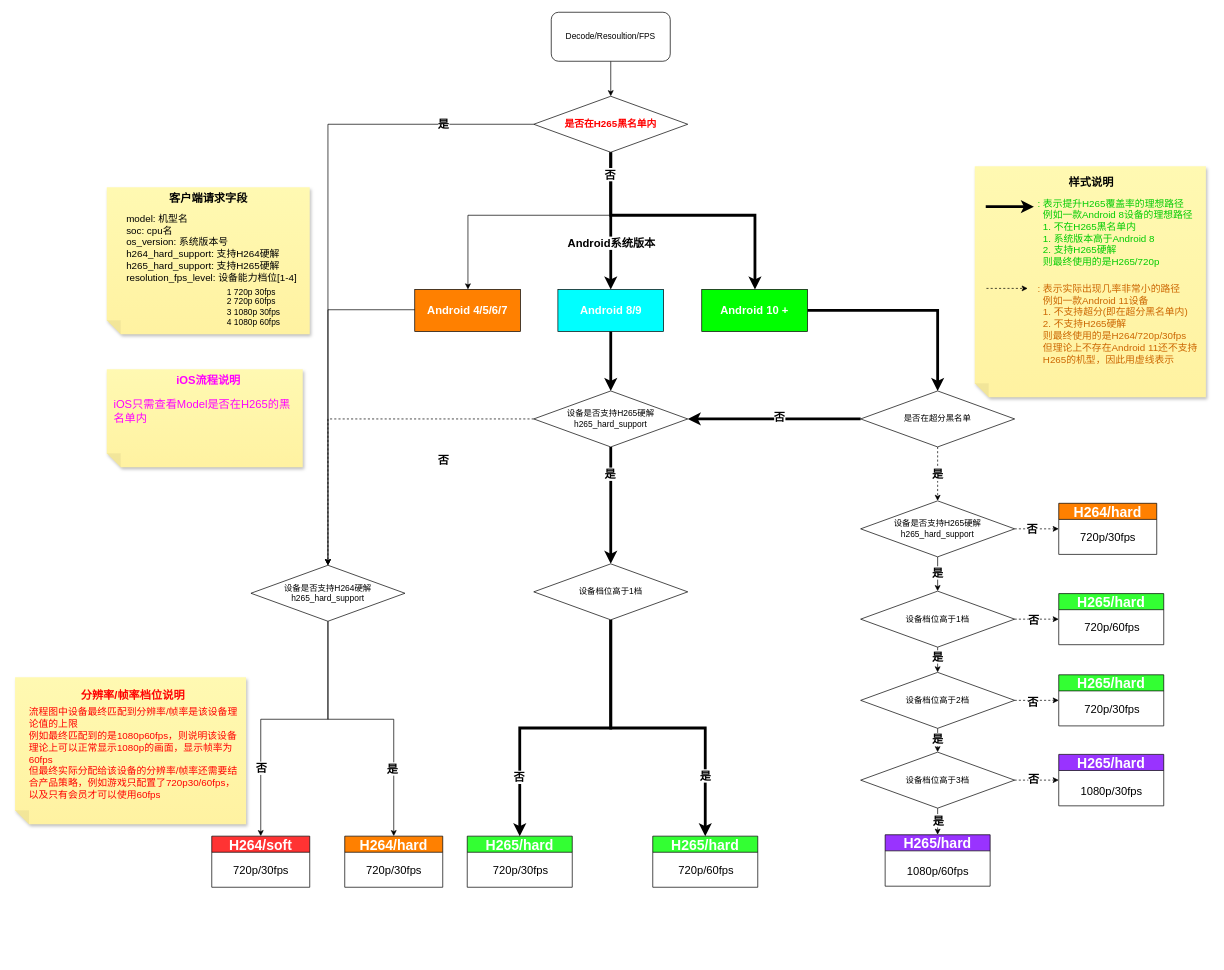
Above: H265判断流程.drawio in Eveninger/draw.io (draw.io), before the change. Source tidied: cells renumbered, new cells numbered last; positions are measured from the earlier drawing's top-left corner, leaving out a move shared by most shapes. Both pictures are drawn from the tidied source at 70%, with x=0, y=0 at pixel (15, 12).
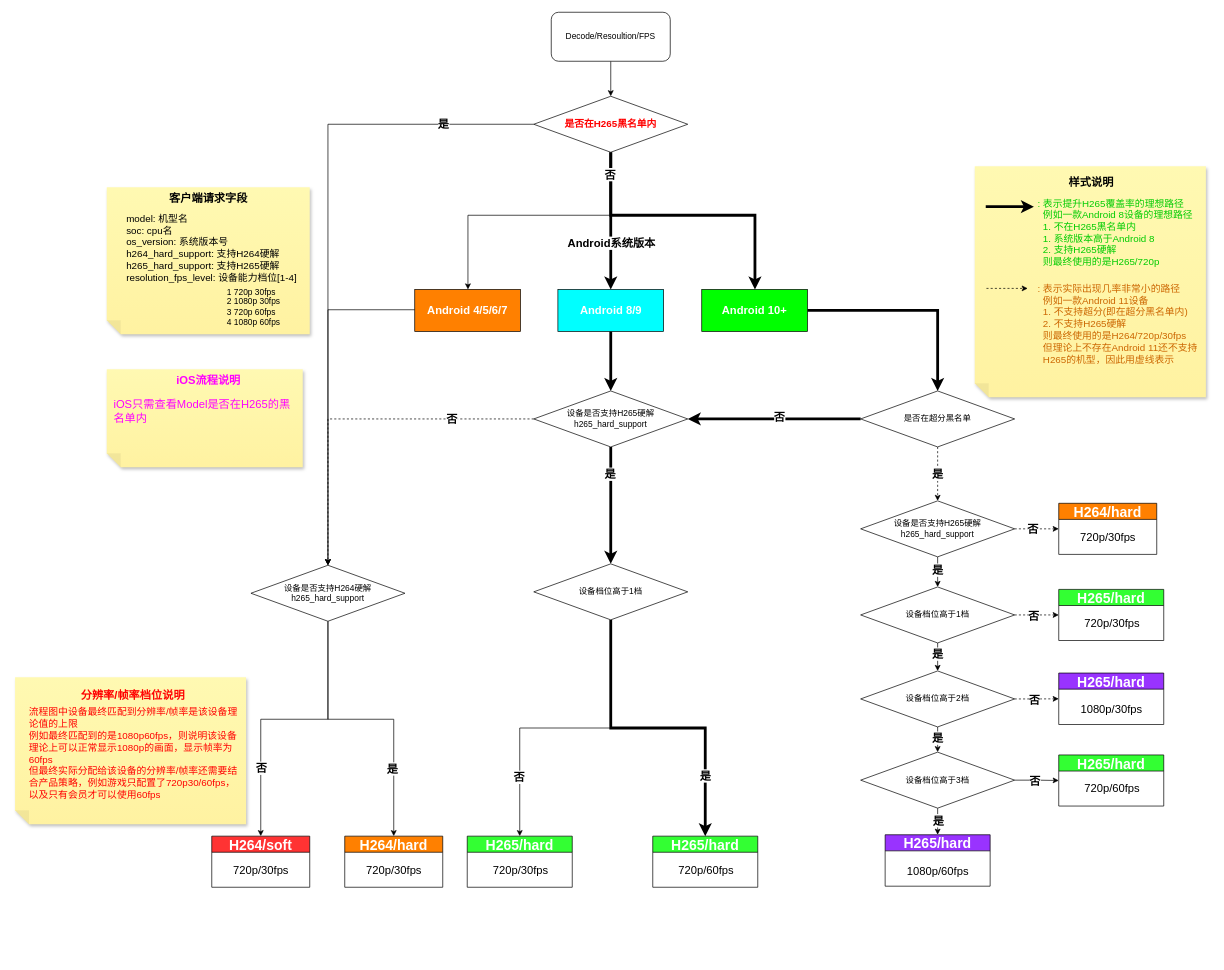
After the change.

Commit message (it also covers changes not shown here):
更新H265判断流程.drawio

The change refers to these unchanged cells:
```xml
<mxCell id="13" style="edgeStyle=orthogonalEdgeStyle;rounded=0;jettySize=auto;html=1;entryX=0.5;entryY=0;entryDx=0;entryDy=0;dashed=1;" parent="1" edge="1" source="15" target="8">
  <mxGeometry relative="1" as="geometry" />
</mxCell>
<mxCell id="18" value="&lt;font style=&quot;font-size: 20px;&quot;&gt;H265/hard&lt;/font&gt;" style="swimlane;whiteSpace=wrap;html=1;fillColor=#33FF33;startSize=23;fontSize=20;fontColor=#FFFFFF;" parent="1" vertex="1">
  <mxGeometry x="646" y="1177" width="150" height="73" as="geometry" />
</mxCell>
<mxCell id="25" style="edgeStyle=orthogonalEdgeStyle;rounded=0;jettySize=auto;html=1;strokeWidth=4;" parent="1" edge="1" source="32" target="91">
  <mxGeometry relative="1" as="geometry">
    <Array as="points">
      <mxPoint x="851" y="290" />
      <mxPoint x="1057" y="290" />
    </Array>
  </mxGeometry>
</mxCell>
<mxCell id="41" value="设备档位高于1档" style="rhombus;whiteSpace=wrap;html=1;" parent="1" vertex="1">
  <mxGeometry x="741" y="788" width="220" height="80" as="geometry" />
</mxCell>
<mxCell id="51" style="edgeStyle=orthogonalEdgeStyle;rounded=0;jettySize=auto;html=1;dashed=1;" parent="1" edge="1" source="53" target="59">
  <mxGeometry relative="1" as="geometry" />
</mxCell>
<mxCell id="54" style="edgeStyle=orthogonalEdgeStyle;rounded=0;jettySize=auto;html=1;" parent="1" edge="1" source="58" target="65">
  <mxGeometry relative="1" as="geometry" />
</mxCell>
<mxCell id="63" style="edgeStyle=orthogonalEdgeStyle;rounded=0;jettySize=auto;html=1;" parent="1" edge="1" source="65" target="72">
  <mxGeometry relative="1" as="geometry" />
</mxCell>
<mxCell id="72" value="设备档位高于3档" style="rhombus;whiteSpace=wrap;html=1;" parent="1" vertex="1">
  <mxGeometry x="1208" y="1057" width="220" height="80" as="geometry" />
</mxCell>
<mxCell id="82" style="group;" parent="1" vertex="1">
  <mxGeometry x="251" y="330" width="150" height="126" as="geometry" />
</mxCell>
```

Diff of the diagram source:
```diff
@@
+    <mxCell id="96" value="&lt;b&gt;&lt;font style=&quot;font-size: 16px;&quot;&gt;否&lt;/font&gt;&lt;/b&gt;" style="edgeLabel;html=1;align=center;verticalAlign=middle;" parent="13" vertex="1">
+      <mxGeometry x="-0.53" relative="1" as="geometry" />
+    </mxCell>
@@
-    <mxCell id="29" value="&lt;span style=&quot;font-size: 16px;&quot;&gt;&lt;b&gt;否&lt;/b&gt;&lt;/span&gt;" style="edgeLabel;html=1;align=center;verticalAlign=middle;" parent="25" vertex="1">
-      <mxGeometry x="-0.86" y="1" relative="1" as="geometry">
-        <mxPoint x="-241" y="411" as="offset" />
-      </mxGeometry>
-    </mxCell>
@@
-    <mxCell id="37" style="edgeStyle=orthogonalEdgeStyle;rounded=0;jettySize=auto;html=1;strokeWidth=4;" parent="1" edge="1" source="41" target="18">
+    <mxCell id="37" style="edgeStyle=orthogonalEdgeStyle;rounded=0;jettySize=auto;html=1;strokeWidth=1;" parent="1" edge="1" source="41" target="18">
       <mxGeometry relative="1" as="geometry" />
     </mxCell>
@@
     <mxCell id="52" value="否" style="edgeLabel;html=1;align=center;verticalAlign=middle;fontStyle=1;fontSize=16;" parent="51" vertex="1">
       <mxGeometry x="-0.77" relative="1" as="geometry">
-        <mxPoint x="17" as="offset" />
+        <mxPoint x="18" as="offset" />
       </mxGeometry>
     </mxCell>
@@
     <mxCell id="55" value="是" style="edgeLabel;html=1;align=center;verticalAlign=middle;fontSize=16;fontStyle=1;" parent="54" vertex="1">
       <mxGeometry x="-0.55" y="1" relative="1" as="geometry">
-        <mxPoint x="-2" y="3" as="offset" />
+        <mxPoint x="-2" y="6" as="offset" />
       </mxGeometry>
     </mxCell>
-    <mxCell id="56" style="edgeStyle=orthogonalEdgeStyle;rounded=0;jettySize=auto;html=1;dashed=1;" parent="1" edge="1" source="58" target="88">
-      <mxGeometry relative="1" as="geometry" />
-    </mxCell>
-    <mxCell id="57" value="否" style="edgeLabel;html=1;align=center;verticalAlign=middle;fontStyle=1;fontSize=16;" parent="56" vertex="1">
-      <mxGeometry x="-0.15" y="-2" relative="1" as="geometry">
-        <mxPoint x="-1" y="-1" as="offset" />
-      </mxGeometry>
-    </mxCell>
+    <mxCell id="97" style="edgeStyle=orthogonalEdgeStyle;rounded=0;jettySize=auto;html=1;dashed=1;" parent="1" edge="1" source="58" target="66">
+      <mxGeometry relative="1" as="geometry" />
+    </mxCell>
+    <mxCell id="98" value="&lt;b&gt;&lt;font style=&quot;font-size: 16px;&quot;&gt;否&lt;/font&gt;&lt;/b&gt;" style="edgeLabel;html=1;align=center;verticalAlign=middle;" parent="97" vertex="1">
+      <mxGeometry x="-0.17" relative="1" as="geometry">
+        <mxPoint y="1" as="offset" />
+      </mxGeometry>
+    </mxCell>
     <mxCell id="58" value="设备档位高于1档" style="rhombus;whiteSpace=wrap;html=1;" parent="1" vertex="1">
-      <mxGeometry x="1208" y="827" width="220" height="80" as="geometry" />
+      <mxGeometry x="1208" y="821" width="220" height="80" as="geometry" />
     </mxCell>
@@
-    <mxCell id="61" style="edgeStyle=orthogonalEdgeStyle;rounded=0;jettySize=auto;html=1;entryX=0;entryY=0.5;entryDx=0;entryDy=0;dashed=1;" parent="1" edge="1" source="65" target="66">
-      <mxGeometry relative="1" as="geometry" />
-    </mxCell>
-    <mxCell id="62" value="否" style="edgeLabel;html=1;align=center;verticalAlign=middle;fontStyle=1;fontSize=16;" parent="61" vertex="1">
-      <mxGeometry x="-0.2" y="-1" relative="1" as="geometry" />
-    </mxCell>
@@
     <mxCell id="64" value="是" style="edgeLabel;html=1;align=center;verticalAlign=middle;fontSize=16;fontStyle=1;" parent="63" vertex="1">
       <mxGeometry x="0.17" y="1" relative="1" as="geometry">
-        <mxPoint x="-2" as="offset" />
+        <mxPoint x="-2" y="-3" as="offset" />
       </mxGeometry>
     </mxCell>
+    <mxCell id="99" style="edgeStyle=orthogonalEdgeStyle;rounded=0;jettySize=auto;html=1;dashed=1;" parent="1" edge="1" source="65" target="73">
+      <mxGeometry relative="1" as="geometry" />
+    </mxCell>
+    <mxCell id="100" value="&lt;b&gt;&lt;font style=&quot;font-size: 16px;&quot;&gt;否&lt;/font&gt;&lt;/b&gt;" style="edgeLabel;html=1;align=center;verticalAlign=middle;" parent="99" vertex="1">
+      <mxGeometry x="-0.11" relative="1" as="geometry">
+        <mxPoint x="-1" as="offset" />
+      </mxGeometry>
+    </mxCell>
     <mxCell id="65" value="设备档位高于2档" style="rhombus;whiteSpace=wrap;html=1;" parent="1" vertex="1">
-      <mxGeometry x="1208" y="943" width="220" height="80" as="geometry" />
+      <mxGeometry x="1208" y="941" width="220" height="80" as="geometry" />
     </mxCell>
     <mxCell id="66" value="&lt;font style=&quot;font-size: 20px;&quot;&gt;H265/hard&lt;/font&gt;" style="swimlane;whiteSpace=wrap;html=1;fillColor=#33FF33;startSize=23;fontSize=20;fontColor=#FFFFFF;" parent="1" vertex="1">
-      <mxGeometry x="1491" y="946.5" width="150" height="73" as="geometry" />
+      <mxGeometry x="1491" y="824.5" width="150" height="73" as="geometry" />
     </mxCell>
@@
-    <mxCell id="68" style="edgeStyle=orthogonalEdgeStyle;rounded=0;jettySize=auto;html=1;entryX=0;entryY=0.5;entryDx=0;entryDy=0;dashed=1;" parent="1" edge="1" source="72" target="73">
-      <mxGeometry relative="1" as="geometry" />
-    </mxCell>
-    <mxCell id="69" value="否" style="edgeLabel;html=1;align=center;verticalAlign=middle;fontStyle=1;fontSize=16;" parent="68" vertex="1">
-      <mxGeometry x="-0.15" y="1" relative="1" as="geometry" />
-    </mxCell>
@@
+    <mxCell id="101" style="edgeStyle=orthogonalEdgeStyle;rounded=0;jettySize=auto;html=1;" parent="1" edge="1" source="72" target="88">
+      <mxGeometry relative="1" as="geometry" />
+    </mxCell>
+    <mxCell id="102" value="&lt;b&gt;&lt;font style=&quot;font-size: 16px;&quot;&gt;否&lt;/font&gt;&lt;/b&gt;" style="edgeLabel;html=1;align=center;verticalAlign=middle;" parent="101" vertex="1">
+      <mxGeometry x="-0.01" y="1" relative="1" as="geometry">
+        <mxPoint x="-3" y="1" as="offset" />
+      </mxGeometry>
+    </mxCell>
@@
     <mxCell id="73" value="&lt;font style=&quot;font-size: 20px;&quot;&gt;H265/hard&lt;/font&gt;" style="swimlane;whiteSpace=wrap;html=1;fillColor=#9933FF;startSize=23;fontSize=20;fontColor=#FFFFFF;" parent="1" vertex="1">
-      <mxGeometry x="1491" y="1060.2" width="150" height="73.5" as="geometry" />
+      <mxGeometry x="1491" y="944" width="150" height="73.5" as="geometry" />
     </mxCell>
@@
-    <mxCell id="84" value="&lt;font style=&quot;font-size: 12px;&quot;&gt;1 720p 30fps&lt;br style=&quot;&quot;&gt;2 720p 60fps&lt;br style=&quot;&quot;&gt;3 1080p 30fps&lt;br style=&quot;&quot;&gt;4 1080p 60fps&lt;/font&gt;" style="text;html=1;align=left;verticalAlign=middle;strokeColor=none;fillColor=none;" parent="82" vertex="1">
+    <mxCell id="84" value="&lt;font style=&quot;font-size: 12px;&quot;&gt;1 720p 30fps&lt;br style=&quot;&quot;&gt;2 1080p 30fps&lt;br style=&quot;&quot;&gt;3 720p 60fps&lt;br style=&quot;&quot;&gt;4 1080p 60fps&lt;/font&gt;" style="text;html=1;align=left;verticalAlign=middle;strokeColor=none;fillColor=none;" parent="82" vertex="1">
       <mxGeometry x="50" y="56" width="100" height="70" as="geometry" />
     </mxCell>
@@
     <mxCell id="88" value="&lt;font style=&quot;font-size: 20px;&quot;&gt;H265/hard&lt;/font&gt;" style="swimlane;whiteSpace=wrap;html=1;fillColor=#33FF33;startSize=23;fontSize=20;fontColor=#FFFFFF;" parent="1" vertex="1">
-      <mxGeometry x="1491" y="830.5" width="150" height="73" as="geometry" />
+      <mxGeometry x="1491" y="1061" width="150" height="73" as="geometry" />
     </mxCell>
@@
-    <mxCell id="91" value="&lt;font style=&quot;font-size: 16px;&quot; color=&quot;#ffffff&quot;&gt;&lt;b&gt;Android 10 +&lt;/b&gt;&lt;/font&gt;" style="rounded=0;whiteSpace=wrap;html=1;fillColor=#00FF00;" parent="1" vertex="1">
+    <mxCell id="91" value="&lt;font style=&quot;font-size: 16px;&quot; color=&quot;#ffffff&quot;&gt;&lt;b&gt;Android 10+&lt;/b&gt;&lt;/font&gt;" style="rounded=0;whiteSpace=wrap;html=1;fillColor=#00FF00;" parent="1" vertex="1">
       <mxGeometry x="981" y="396" width="151" height="60" as="geometry" />
     </mxCell>
```
